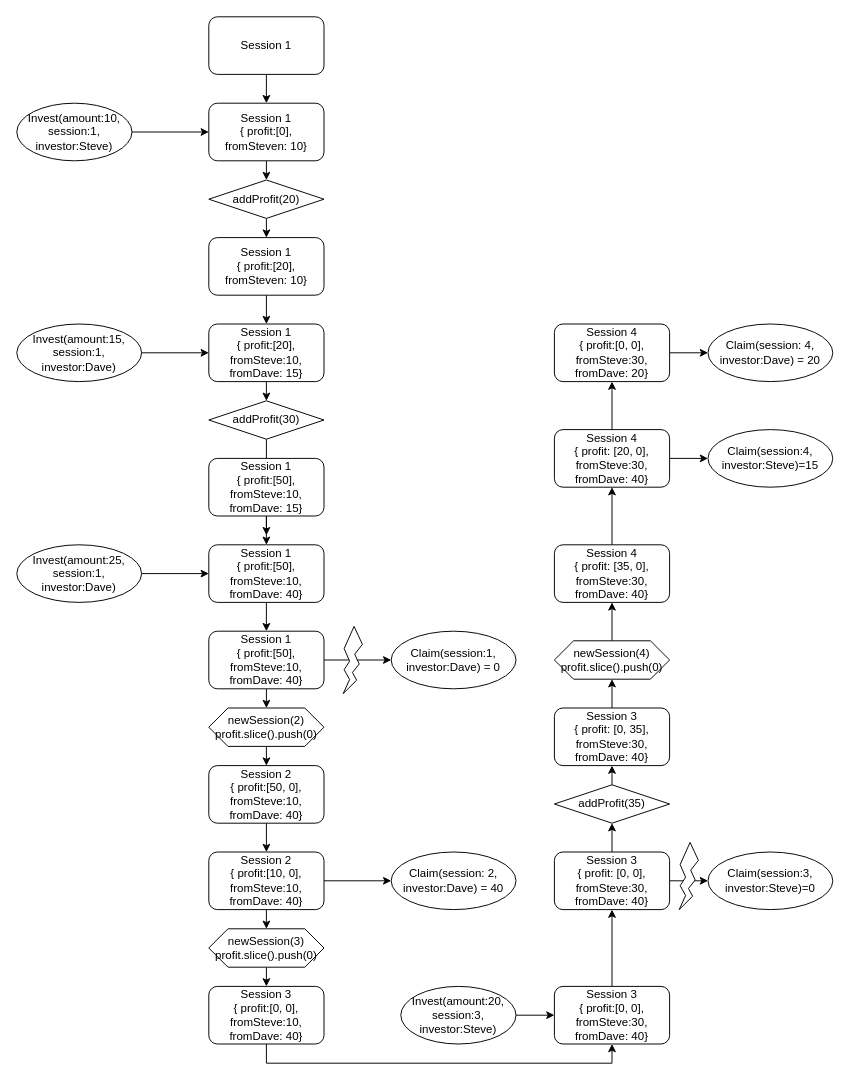
The draw.io diagram page "Test1" (2 of 2) of Example1.drawio in ChihHaoChen/thundercoreProfit, before the edit. Source tidied: cells renumbered, new cells numbered last; positions are measured from the earlier drawing's top-left corner, leaving out a move shared by most shapes. Both pictures are drawn from the tidied source at 96%, with x=0, y=0 at pixel (16, 16).
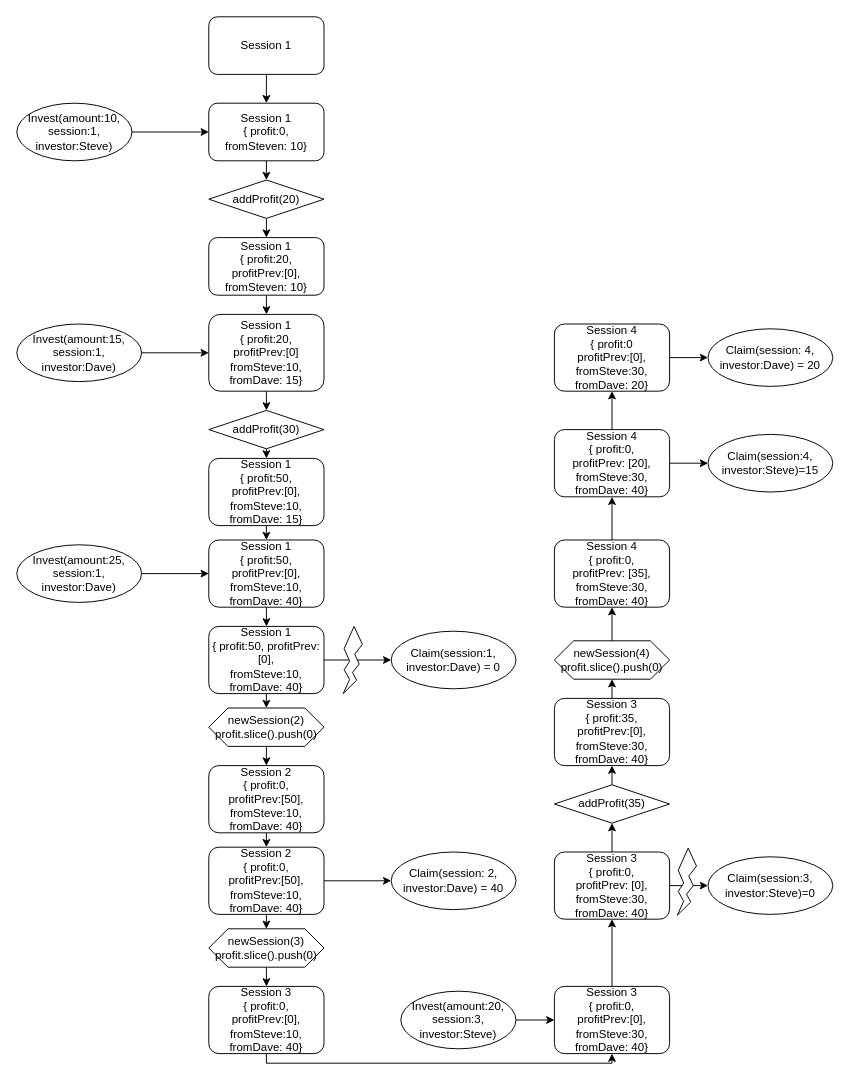
The same page after the edit.

Change to the diagram source:
```diff
@@
-    <mxCell id="5" value="&lt;div&gt;Session 1&lt;/div&gt;&lt;div&gt;{ profit:[0],&lt;/div&gt;&lt;div&gt;fromSteven: 10}&lt;br&gt;&lt;/div&gt;" style="rounded=1;whiteSpace=wrap;html=1;" parent="1" vertex="1">
+    <mxCell id="5" value="&lt;div&gt;Session 1&lt;/div&gt;&lt;div&gt;{ profit:0,&lt;/div&gt;&lt;div&gt;fromSteven: 10}&lt;br&gt;&lt;/div&gt;" style="rounded=1;whiteSpace=wrap;html=1;" parent="1" vertex="1">
       <mxGeometry x="200" y="90" width="120" height="60" as="geometry" />
     </mxCell>
@@
+    <mxCell id="65" style="edgeStyle=orthogonalEdgeStyle;rounded=0;jettySize=auto;html=1;exitX=0.5;exitY=1;exitDx=0;exitDy=0;entryX=0.5;entryY=0;entryDx=0;entryDy=0;" parent="1" edge="1" source="10" target="17">
+      <mxGeometry relative="1" as="geometry" />
+    </mxCell>
-    <mxCell id="10" value="&lt;div&gt;Session 1&lt;/div&gt;&lt;div&gt;{ profit:[20],&lt;/div&gt;&lt;div&gt;fromSteve:10,&lt;/div&gt;&lt;div&gt;fromDave: 15}&lt;br&gt;&lt;/div&gt;" style="rounded=1;whiteSpace=wrap;html=1;" parent="1" vertex="1">
-      <mxGeometry x="200" y="320" width="120" height="60" as="geometry" />
+    <mxCell id="10" value="&lt;div&gt;Session 1&lt;/div&gt;&lt;div&gt;{ profit:20,&lt;/div&gt;&lt;div&gt;profitPrev:[0]&lt;br&gt;&lt;/div&gt;&lt;div&gt;fromSteve:10,&lt;/div&gt;&lt;div&gt;fromDave: 15}&lt;br&gt;&lt;/div&gt;" style="rounded=1;whiteSpace=wrap;html=1;" parent="1" vertex="1">
+      <mxGeometry x="200" y="310" width="120" height="80" as="geometry" />
     </mxCell>
@@
-    <mxCell id="14" value="&lt;div&gt;Session 1&lt;/div&gt;&lt;div&gt;{ profit:[20],&lt;/div&gt;&lt;div&gt;fromSteven: 10}&lt;br&gt;&lt;/div&gt;" style="rounded=1;whiteSpace=wrap;html=1;" parent="1" vertex="1">
+    <mxCell id="14" value="&lt;div&gt;Session 1&lt;/div&gt;&lt;div&gt;{ profit:20,&lt;/div&gt;&lt;div&gt;profitPrev:[0],&lt;br&gt;&lt;/div&gt;&lt;div&gt;fromSteven: 10}&lt;br&gt;&lt;/div&gt;" style="rounded=1;whiteSpace=wrap;html=1;" parent="1" vertex="1">
       <mxGeometry x="200" y="230" width="120" height="60" as="geometry" />
     </mxCell>
-    <mxCell id="15" style="edgeStyle=orthogonalEdgeStyle;rounded=0;jettySize=auto;html=1;exitX=0.5;exitY=1;exitDx=0;exitDy=0;entryX=0.5;entryY=0;entryDx=0;entryDy=0;" parent="1" edge="1" target="17">
-      <mxGeometry relative="1" as="geometry">
-        <mxPoint x="260" y="380" as="sourcePoint" />
-      </mxGeometry>
-    </mxCell>
-    <mxCell id="16" style="edgeStyle=orthogonalEdgeStyle;rounded=0;jettySize=auto;html=1;exitX=0.5;exitY=1;exitDx=0;exitDy=0;entryX=0.5;entryY=0;entryDx=0;entryDy=0;" parent="1" edge="1" source="17">
-      <mxGeometry relative="1" as="geometry">
-        <mxPoint x="260" y="540" as="targetPoint" />
-      </mxGeometry>
-    </mxCell>
+    <mxCell id="66" style="edgeStyle=orthogonalEdgeStyle;rounded=0;jettySize=auto;html=1;exitX=0.5;exitY=1;exitDx=0;exitDy=0;entryX=0.5;entryY=0;entryDx=0;entryDy=0;" parent="1" edge="1" source="17" target="19">
+      <mxGeometry relative="1" as="geometry" />
+    </mxCell>
     <mxCell id="17" value="addProfit(30)" style="rhombus;whiteSpace=wrap;html=1;" parent="1" vertex="1">
-      <mxGeometry x="200" y="400" width="120" height="40" as="geometry" />
+      <mxGeometry x="200" y="410" width="120" height="40" as="geometry" />
     </mxCell>
@@
-    <mxCell id="19" value="&lt;div&gt;Session 1&lt;/div&gt;&lt;div&gt;{ profit:[50],&lt;/div&gt;&lt;div&gt;fromSteve:10,&lt;/div&gt;&lt;div&gt;fromDave: 15}&lt;br&gt;&lt;/div&gt;" style="rounded=1;whiteSpace=wrap;html=1;" parent="1" vertex="1">
-      <mxGeometry x="200" y="460" width="120" height="60" as="geometry" />
+    <mxCell id="19" value="&lt;div&gt;Session 1&lt;/div&gt;&lt;div&gt;{ profit:50,&lt;/div&gt;&lt;div&gt;profitPrev:[0],&lt;br&gt;&lt;/div&gt;&lt;div&gt;fromSteve:10,&lt;/div&gt;&lt;div&gt;fromDave: 15}&lt;br&gt;&lt;/div&gt;" style="rounded=1;whiteSpace=wrap;html=1;" parent="1" vertex="1">
+      <mxGeometry x="200" y="460" width="120" height="70" as="geometry" />
     </mxCell>
@@
-    <mxCell id="21" value="&lt;div&gt;Session 1&lt;/div&gt;&lt;div&gt;{ profit:[50],&lt;/div&gt;&lt;div&gt;fromSteve:10,&lt;/div&gt;&lt;div&gt;fromDave: 40}&lt;br&gt;&lt;/div&gt;" style="rounded=1;whiteSpace=wrap;html=1;" parent="1" vertex="1">
-      <mxGeometry x="200" y="550" width="120" height="60" as="geometry" />
+    <mxCell id="21" value="&lt;div&gt;Session 1&lt;/div&gt;&lt;div&gt;{ profit:50,&lt;/div&gt;&lt;div&gt;profitPrev:[0],&lt;br&gt;&lt;/div&gt;&lt;div&gt;fromSteve:10,&lt;/div&gt;&lt;div&gt;fromDave: 40}&lt;br&gt;&lt;/div&gt;" style="rounded=1;whiteSpace=wrap;html=1;" parent="1" vertex="1">
+      <mxGeometry x="200" y="545" width="120" height="70" as="geometry" />
     </mxCell>
@@
-    <mxCell id="26" value="&lt;div&gt;Session 1&lt;/div&gt;&lt;div&gt;{ profit:[50],&lt;/div&gt;&lt;div&gt;fromSteve:10,&lt;/div&gt;&lt;div&gt;fromDave: 40}&lt;br&gt;&lt;/div&gt;" style="rounded=1;whiteSpace=wrap;html=1;" parent="1" vertex="1">
-      <mxGeometry x="200" y="640" width="120" height="60" as="geometry" />
+    <mxCell id="26" value="&lt;div&gt;Session 1&lt;/div&gt;&lt;div&gt;{ profit:50, profitPrev:[0],&lt;br&gt;&lt;/div&gt;&lt;div&gt;fromSteve:10,&lt;/div&gt;&lt;div&gt;fromDave: 40}&lt;br&gt;&lt;/div&gt;" style="rounded=1;whiteSpace=wrap;html=1;" parent="1" vertex="1">
+      <mxGeometry x="200" y="635" width="120" height="70" as="geometry" />
     </mxCell>
@@
-    <mxCell id="30" value="&lt;div&gt;Session 2&lt;br&gt;&lt;/div&gt;&lt;div&gt;{ profit:[50, 0],&lt;/div&gt;&lt;div&gt;fromSteve:10,&lt;/div&gt;&lt;div&gt;fromDave: 40}&lt;br&gt;&lt;/div&gt;" style="rounded=1;whiteSpace=wrap;html=1;" parent="1" vertex="1">
-      <mxGeometry x="200" y="780" width="120" height="60" as="geometry" />
+    <mxCell id="30" value="&lt;div&gt;Session 2&lt;br&gt;&lt;/div&gt;&lt;div&gt;{ profit:0,&lt;br&gt;&lt;/div&gt;&lt;div&gt;profitPrev:[50],&lt;/div&gt;&lt;div&gt;fromSteve:10,&lt;/div&gt;&lt;div&gt;fromDave: 40}&lt;br&gt;&lt;/div&gt;" style="rounded=1;whiteSpace=wrap;html=1;" parent="1" vertex="1">
+      <mxGeometry x="200" y="780" width="120" height="70" as="geometry" />
     </mxCell>
@@
-    <mxCell id="34" value="&lt;div&gt;Session 2&lt;br&gt;&lt;/div&gt;&lt;div&gt;{ profit:[10, 0],&lt;/div&gt;&lt;div&gt;fromSteve:10,&lt;/div&gt;&lt;div&gt;fromDave: 40}&lt;br&gt;&lt;/div&gt;" style="rounded=1;whiteSpace=wrap;html=1;" parent="1" vertex="1">
-      <mxGeometry x="200" y="870" width="120" height="60" as="geometry" />
+    <mxCell id="34" value="&lt;div&gt;Session 2&lt;br&gt;&lt;/div&gt;&lt;div&gt;{ profit:0,&lt;br&gt;&lt;/div&gt;&lt;div&gt;profitPrev:[50],&lt;/div&gt;&lt;div&gt;fromSteve:10,&lt;/div&gt;&lt;div&gt;fromDave: 40}&lt;br&gt;&lt;/div&gt;" style="rounded=1;whiteSpace=wrap;html=1;" parent="1" vertex="1">
+      <mxGeometry x="200" y="865" width="120" height="70" as="geometry" />
     </mxCell>
     <mxCell id="35" style="edgeStyle=orthogonalEdgeStyle;rounded=0;jettySize=auto;html=1;exitX=0.5;exitY=1;exitDx=0;exitDy=0;entryX=0.5;entryY=1;entryDx=0;entryDy=0;" parent="1" edge="1" source="36" target="38">
-      <mxGeometry relative="1" as="geometry" />
+      <mxGeometry relative="1" as="geometry">
+        <Array as="points">
+          <mxPoint x="260" y="1090" />
+          <mxPoint x="620" y="1090" />
+        </Array>
+      </mxGeometry>
     </mxCell>
-    <mxCell id="36" value="&lt;div&gt;Session 3&lt;br&gt;&lt;/div&gt;&lt;div&gt;{ profit:[0, 0],&lt;/div&gt;&lt;div&gt;fromSteve:10,&lt;/div&gt;&lt;div&gt;fromDave: 40}&lt;br&gt;&lt;/div&gt;" style="rounded=1;whiteSpace=wrap;html=1;" parent="1" vertex="1">
-      <mxGeometry x="200" y="1010" width="120" height="60" as="geometry" />
+    <mxCell id="36" value="&lt;div&gt;Session 3&lt;br&gt;&lt;/div&gt;&lt;div&gt;{ profit:0,&lt;br&gt;&lt;/div&gt;&lt;div&gt;profitPrev:[0],&lt;/div&gt;&lt;div&gt;fromSteve:10,&lt;/div&gt;&lt;div&gt;fromDave: 40}&lt;br&gt;&lt;/div&gt;" style="rounded=1;whiteSpace=wrap;html=1;" parent="1" vertex="1">
+      <mxGeometry x="200" y="1010" width="120" height="70" as="geometry" />
     </mxCell>
@@
-    <mxCell id="38" value="&lt;div&gt;Session 3&lt;br&gt;&lt;/div&gt;&lt;div&gt;{ profit:[0, 0],&lt;/div&gt;&lt;div&gt;fromSteve:30,&lt;/div&gt;&lt;div&gt;fromDave: 40}&lt;br&gt;&lt;/div&gt;" style="rounded=1;whiteSpace=wrap;html=1;" parent="1" vertex="1">
-      <mxGeometry x="560" y="1010" width="120" height="60" as="geometry" />
+    <mxCell id="38" value="&lt;div&gt;Session 3&lt;br&gt;&lt;/div&gt;&lt;div&gt;{ profit:0,&lt;br&gt;&lt;/div&gt;&lt;div&gt;profitPrev:[0],&lt;/div&gt;&lt;div&gt;fromSteve:30,&lt;/div&gt;&lt;div&gt;fromDave: 40}&lt;br&gt;&lt;/div&gt;" style="rounded=1;whiteSpace=wrap;html=1;" parent="1" vertex="1">
+      <mxGeometry x="560" y="1010" width="120" height="70" as="geometry" />
     </mxCell>
@@
     <mxCell id="40" value="Invest(amount:20, session:3, investor:Steve)" style="ellipse;whiteSpace=wrap;html=1;" parent="1" vertex="1">
-      <mxGeometry x="400" y="1010" width="120" height="60" as="geometry" />
+      <mxGeometry x="400" y="1015" width="120" height="60" as="geometry" />
     </mxCell>
@@
-    <mxCell id="43" value="&lt;div&gt;Session 3&lt;br&gt;&lt;/div&gt;&lt;div&gt;{ profit: [0, 0],&lt;/div&gt;&lt;div&gt;fromSteve:30,&lt;/div&gt;&lt;div&gt;fromDave: 40}&lt;br&gt;&lt;/div&gt;" style="rounded=1;whiteSpace=wrap;html=1;" parent="1" vertex="1">
-      <mxGeometry x="560" y="870" width="120" height="60" as="geometry" />
+    <mxCell id="43" value="&lt;div&gt;Session 3&lt;br&gt;&lt;/div&gt;&lt;div&gt;{ profit:0,&lt;br&gt;&lt;/div&gt;&lt;div&gt;profitPrev: [0],&lt;/div&gt;&lt;div&gt;fromSteve:30,&lt;/div&gt;&lt;div&gt;fromDave: 40}&lt;br&gt;&lt;/div&gt;" style="rounded=1;whiteSpace=wrap;html=1;" parent="1" vertex="1">
+      <mxGeometry x="560" y="870" width="120" height="70" as="geometry" />
     </mxCell>
     <mxCell id="44" value="Claim(session:3, investor:Steve)=0" style="ellipse;whiteSpace=wrap;html=1;" parent="1" vertex="1">
-      <mxGeometry x="720" y="870" width="130" height="60" as="geometry" />
+      <mxGeometry x="720" y="875" width="130" height="60" as="geometry" />
     </mxCell>
     <mxCell id="45" style="verticalLabelPosition=bottom;verticalAlign=top;html=1;shape=mxgraph.basic.flash;" parent="1" vertex="1">
-      <mxGeometry x="690" y="860" width="20" height="70" as="geometry" />
+      <mxGeometry x="688" y="866" width="20" height="70" as="geometry" />
     </mxCell>
@@
-    <mxCell id="49" value="&lt;div&gt;Session 3&lt;br&gt;&lt;/div&gt;&lt;div&gt;{ profit: [0, 35],&lt;/div&gt;&lt;div&gt;fromSteve:30,&lt;/div&gt;&lt;div&gt;fromDave: 40}&lt;br&gt;&lt;/div&gt;" style="rounded=1;whiteSpace=wrap;html=1;" parent="1" vertex="1">
-      <mxGeometry x="560" y="720" width="120" height="60" as="geometry" />
+    <mxCell id="49" value="&lt;div&gt;Session 3&lt;br&gt;&lt;/div&gt;&lt;div&gt;{ profit:35,&lt;br&gt;&lt;/div&gt;&lt;div&gt;profitPrev:[0],&lt;/div&gt;&lt;div&gt;fromSteve:30,&lt;/div&gt;&lt;div&gt;fromDave: 40}&lt;br&gt;&lt;/div&gt;" style="rounded=1;whiteSpace=wrap;html=1;" parent="1" vertex="1">
+      <mxGeometry x="560" y="710" width="120" height="70" as="geometry" />
     </mxCell>
@@
-    <mxCell id="52" value="&lt;div&gt;Session 4&lt;br&gt;&lt;/div&gt;&lt;div&gt;{ profit: [20, 0],&lt;/div&gt;&lt;div&gt;fromSteve:30,&lt;/div&gt;&lt;div&gt;fromDave: 40}&lt;br&gt;&lt;/div&gt;" style="rounded=1;whiteSpace=wrap;html=1;" parent="1" vertex="1">
-      <mxGeometry x="560" y="430" width="120" height="60" as="geometry" />
+    <mxCell id="52" value="&lt;div&gt;Session 4&lt;br&gt;&lt;/div&gt;&lt;div&gt;{ profit:0,&lt;br&gt;&lt;/div&gt;&lt;div&gt;profitPrev: [20],&lt;/div&gt;&lt;div&gt;fromSteve:30,&lt;/div&gt;&lt;div&gt;fromDave: 40}&lt;br&gt;&lt;/div&gt;" style="rounded=1;whiteSpace=wrap;html=1;" parent="1" vertex="1">
+      <mxGeometry x="560" y="430" width="120" height="70" as="geometry" />
     </mxCell>
     <mxCell id="53" value="Claim(session:4, investor:Steve)=15" style="ellipse;whiteSpace=wrap;html=1;" parent="1" vertex="1">
-      <mxGeometry x="720" y="430" width="130" height="60" as="geometry" />
+      <mxGeometry x="720" y="435" width="130" height="60" as="geometry" />
     </mxCell>
@@
-    <mxCell id="55" value="&lt;div&gt;Session 4&lt;br&gt;&lt;/div&gt;&lt;div&gt;{ profit:[0, 0],&lt;/div&gt;&lt;div&gt;fromSteve:30,&lt;/div&gt;&lt;div&gt;fromDave: 20}&lt;br&gt;&lt;/div&gt;" style="rounded=1;whiteSpace=wrap;html=1;" parent="1" vertex="1">
-      <mxGeometry x="560" y="320" width="120" height="60" as="geometry" />
+    <mxCell id="55" value="&lt;div&gt;Session 4&lt;br&gt;&lt;/div&gt;&lt;div&gt;{ profit:0&lt;br&gt;&lt;/div&gt;&lt;div&gt;profitPrev:[0],&lt;/div&gt;&lt;div&gt;fromSteve:30,&lt;/div&gt;&lt;div&gt;fromDave: 20}&lt;br&gt;&lt;/div&gt;" style="rounded=1;whiteSpace=wrap;html=1;" parent="1" vertex="1">
+      <mxGeometry x="560" y="320" width="120" height="70" as="geometry" />
     </mxCell>
     <mxCell id="56" value="Claim(session: 4, investor:Dave) = 20" style="ellipse;whiteSpace=wrap;html=1;" parent="1" vertex="1">
-      <mxGeometry x="720" y="320" width="130" height="60" as="geometry" />
+      <mxGeometry x="720" y="325" width="130" height="60" as="geometry" />
     </mxCell>
@@
-    <mxCell id="58" value="&lt;div&gt;Session 4&lt;br&gt;&lt;/div&gt;&lt;div&gt;{ profit: [35, 0],&lt;/div&gt;&lt;div&gt;fromSteve:30,&lt;/div&gt;&lt;div&gt;fromDave: 40}&lt;br&gt;&lt;/div&gt;" style="rounded=1;whiteSpace=wrap;html=1;" parent="1" vertex="1">
-      <mxGeometry x="560" y="550" width="120" height="60" as="geometry" />
+    <mxCell id="58" value="&lt;div&gt;Session 4&lt;br&gt;&lt;/div&gt;&lt;div&gt;{ profit:0,&lt;br&gt;&lt;/div&gt;&lt;div&gt;profitPrev: [35],&lt;/div&gt;&lt;div&gt;fromSteve:30,&lt;/div&gt;&lt;div&gt;fromDave: 40}&lt;br&gt;&lt;/div&gt;" style="rounded=1;whiteSpace=wrap;html=1;" parent="1" vertex="1">
+      <mxGeometry x="560" y="545" width="120" height="70" as="geometry" />
     </mxCell>
```
